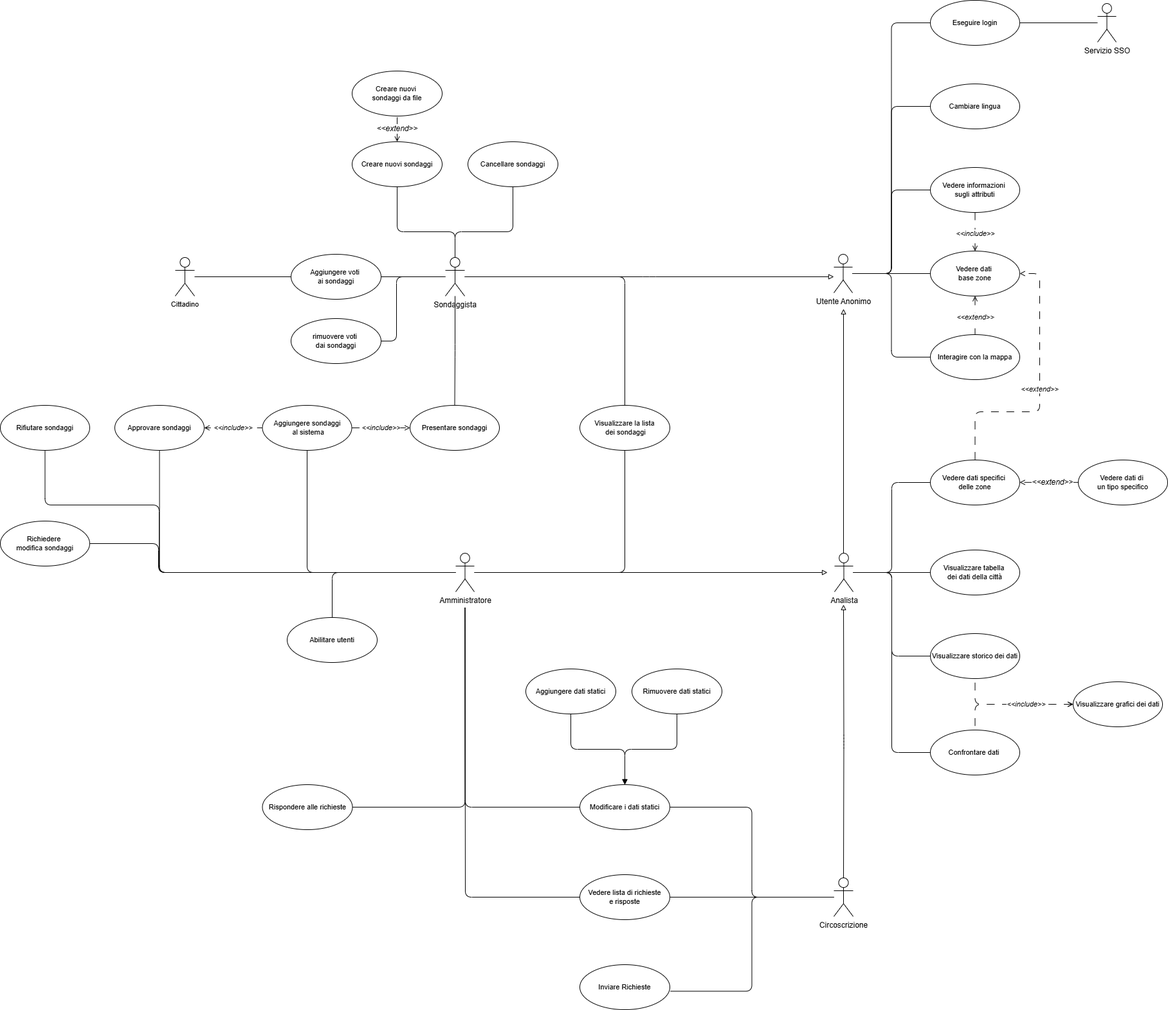
This is deliverable/images/UseCase_diagrams/UseCase_full.drawio.png from lucafano04/progettoIngenieriaSoftware, a draw.io export, as it was before one commit. Source tidied: cells renumbered, new cells last; positions are measured from the earlier drawing's top-left corner, leaving out a move shared by most shapes.
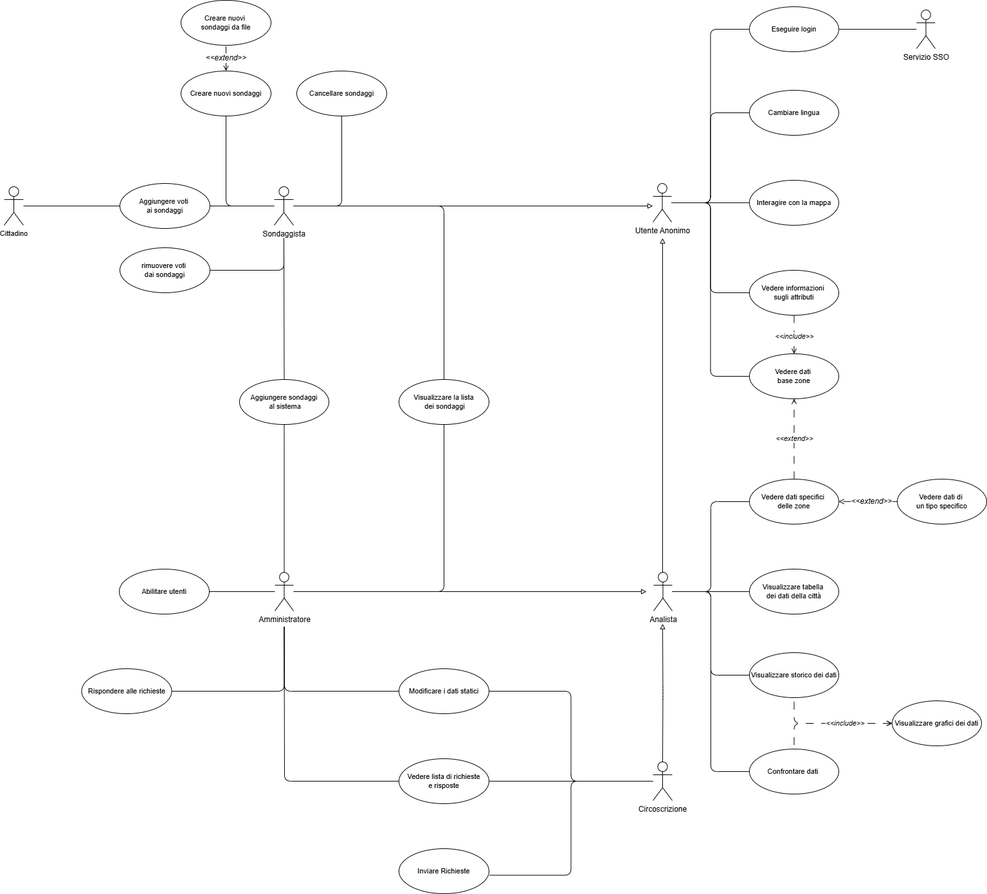
The same file after the commit.

Commit message:
update use case images

Diff of the diagram source:
```diff
@@ -15,3 +15,3 @@
       <mxGeometry relative="1" as="geometry">
-        <mxPoint x="1311" y="480" as="targetPoint" />
+        <mxPoint x="1311" y="340" as="targetPoint" />
       </mxGeometry>
@@ -27,5 +27,2 @@
     </mxCell>
-    <mxCell id="9" style="edgeStyle=orthogonalEdgeStyle;shape=connector;curved=0;rounded=1;jettySize=auto;html=1;strokeColor=default;align=center;verticalAlign=middle;fontFamily=Helvetica;fontSize=11;fontColor=default;labelBackgroundColor=default;endArrow=none;endFill=0;" parent="1" edge="1" source="14" target="28">
-      <mxGeometry relative="1" as="geometry" />
-    </mxCell>
     <mxCell id="10" style="edgeStyle=orthogonalEdgeStyle;shape=connector;curved=0;rounded=1;jettySize=auto;html=1;strokeColor=default;align=center;verticalAlign=middle;fontFamily=Helvetica;fontSize=11;fontColor=default;labelBackgroundColor=default;endArrow=none;endFill=0;" parent="1" edge="1" source="14" target="34">
@@ -33,4 +30,3 @@
         <Array as="points">
-          <mxPoint x="707" y="360" />
-          <mxPoint x="617" y="360" />
+          <mxPoint x="632" y="290" />
         </Array>
@@ -41,4 +37,3 @@
         <Array as="points">
-          <mxPoint x="707" y="360" />
-          <mxPoint x="797" y="360" />
+          <mxPoint x="812" y="290" />
         </Array>
@@ -49,7 +44,7 @@
     </mxCell>
-    <mxCell id="13" style="edgeStyle=orthogonalEdgeStyle;shape=connector;curved=0;rounded=1;jettySize=auto;html=1;entryX=1;entryY=0.5;entryDx=0;entryDy=0;strokeColor=default;align=center;verticalAlign=middle;fontFamily=Helvetica;fontSize=11;fontColor=default;labelBackgroundColor=default;endArrow=none;endFill=0;" parent="1" edge="1" source="14" target="50">
+    <mxCell id="13" style="edgeStyle=orthogonalEdgeStyle;shape=connector;curved=0;rounded=1;jettySize=auto;html=1;entryX=1;entryY=0.5;entryDx=0;entryDy=0;strokeColor=default;align=center;verticalAlign=middle;fontFamily=Helvetica;fontSize=11;fontColor=default;labelBackgroundColor=default;endArrow=none;endFill=0;" parent="1" edge="1" target="50">
       <mxGeometry relative="1" as="geometry">
+        <mxPoint x="722" y="340" as="sourcePoint" />
         <Array as="points">
-          <mxPoint x="616" y="430" />
-          <mxPoint x="616" y="530" />
+          <mxPoint x="722" y="390" />
         </Array>
@@ -58,3 +53,3 @@
     <mxCell id="14" value="Sondaggista" style="shape=umlActor;verticalLabelPosition=bottom;verticalAlign=top;html=1;outlineConnect=0;" parent="1" vertex="1">
-      <mxGeometry x="692" y="400" width="30" height="60" as="geometry" />
+      <mxGeometry x="707" y="260" width="30" height="60" as="geometry" />
     </mxCell>
@@ -71,24 +66,2 @@
     </mxCell>
-    <mxCell id="18" style="edgeStyle=orthogonalEdgeStyle;shape=connector;curved=0;rounded=1;jettySize=auto;html=1;strokeColor=default;align=center;verticalAlign=middle;fontFamily=Helvetica;fontSize=11;fontColor=default;labelBackgroundColor=default;endArrow=none;endFill=0;" parent="1" edge="1" source="22" target="37">
-      <mxGeometry relative="1" as="geometry" />
-    </mxCell>
-    <mxCell id="19" style="edgeStyle=orthogonalEdgeStyle;shape=connector;curved=0;rounded=1;jettySize=auto;html=1;entryX=0.5;entryY=1;entryDx=0;entryDy=0;strokeColor=default;align=center;verticalAlign=middle;fontFamily=Helvetica;fontSize=11;fontColor=default;labelBackgroundColor=default;endArrow=none;endFill=0;" parent="1" edge="1" target="64">
-      <mxGeometry relative="1" as="geometry">
-        <mxPoint x="706" y="890" as="sourcePoint" />
-        <Array as="points">
-          <mxPoint x="247" y="890" />
-          <mxPoint x="247" y="785" />
-          <mxPoint x="70" y="785" />
-        </Array>
-      </mxGeometry>
-    </mxCell>
-    <mxCell id="20" style="edgeStyle=orthogonalEdgeStyle;shape=connector;curved=0;rounded=1;jettySize=auto;html=1;entryX=1;entryY=0.5;entryDx=0;entryDy=0;strokeColor=default;align=center;verticalAlign=middle;fontFamily=Helvetica;fontSize=11;fontColor=default;labelBackgroundColor=default;endArrow=none;endFill=0;" parent="1" edge="1" target="65">
-      <mxGeometry relative="1" as="geometry">
-        <mxPoint x="706" y="890" as="sourcePoint" />
-        <Array as="points">
-          <mxPoint x="246" y="890" />
-          <mxPoint x="246" y="845" />
-        </Array>
-      </mxGeometry>
-    </mxCell>
     <mxCell id="21" style="edgeStyle=orthogonalEdgeStyle;shape=connector;curved=0;rounded=1;jettySize=auto;html=1;strokeColor=default;align=center;verticalAlign=middle;fontFamily=Helvetica;fontSize=11;fontColor=default;labelBackgroundColor=default;endArrow=none;endFill=0;" parent="1" edge="1" source="22" target="66">
@@ -99,10 +72,4 @@
     </mxCell>
-    <mxCell id="23" value="&lt;font style=&quot;font-size: 11px;&quot;&gt;&amp;lt;&amp;lt;extend&amp;gt;&amp;gt;&lt;/font&gt;" style="edgeStyle=orthogonalEdgeStyle;shape=connector;curved=0;rounded=1;jettySize=auto;html=1;entryX=1;entryY=0.5;entryDx=0;entryDy=0;strokeColor=default;align=center;verticalAlign=middle;fontFamily=Helvetica;fontSize=11;fontColor=default;labelBackgroundColor=default;endArrow=open;endFill=0;fontStyle=2;dashed=1;dashPattern=12 12;" parent="1" edge="1" source="24" target="75">
-      <mxGeometry relative="1" as="geometry">
-        <Array as="points">
-          <mxPoint x="1516" y="640" />
-          <mxPoint x="1616" y="640" />
-          <mxPoint x="1616" y="425" />
-        </Array>
-      </mxGeometry>
+    <mxCell id="23" value="&lt;font style=&quot;font-size: 11px;&quot;&gt;&amp;lt;&amp;lt;extend&amp;gt;&amp;gt;&lt;/font&gt;" style="edgeStyle=orthogonalEdgeStyle;shape=connector;curved=0;rounded=1;jettySize=auto;html=1;entryX=0.5;entryY=1;entryDx=0;entryDy=0;strokeColor=default;align=center;verticalAlign=middle;fontFamily=Helvetica;fontSize=11;fontColor=default;labelBackgroundColor=default;endArrow=open;endFill=0;fontStyle=2;dashed=1;dashPattern=12 12;" parent="1" edge="1" source="24" target="75">
+      <mxGeometry relative="1" as="geometry" />
     </mxCell>
@@ -114,16 +81,15 @@
     </mxCell>
-    <mxCell id="26" value="&amp;lt;&amp;lt;include&amp;gt;&amp;gt;" style="edgeStyle=orthogonalEdgeStyle;shape=connector;curved=0;rounded=1;jettySize=auto;html=1;strokeColor=default;align=center;verticalAlign=middle;fontFamily=Helvetica;fontSize=11;fontColor=default;labelBackgroundColor=default;endArrow=open;endFill=0;dashed=1;dashPattern=12 12;fontStyle=2;" parent="1" edge="1" source="27" target="28">
-      <mxGeometry relative="1" as="geometry" />
-    </mxCell>
+    <mxCell id="82" style="edgeStyle=orthogonalEdgeStyle;rounded=1;jettySize=auto;html=1;endArrow=none;endFill=0;curved=0;" parent="1" edge="1" source="27">
+      <mxGeometry relative="1" as="geometry">
+        <mxPoint x="722" y="340" as="targetPoint" />
+      </mxGeometry>
+    </mxCell>
     <mxCell id="27" value="Aggiungere sondaggi&lt;div&gt;&amp;nbsp;al sistema&lt;/div&gt;" style="ellipse;whiteSpace=wrap;html=1;fontFamily=Helvetica;fontSize=11;fontColor=default;labelBackgroundColor=default;" parent="1" vertex="1">
-      <mxGeometry x="407.5" y="630" width="139" height="70" as="geometry" />
+      <mxGeometry x="653" y="560" width="139" height="70" as="geometry" />
     </mxCell>
-    <mxCell id="28" value="Presentare sondaggi" style="ellipse;whiteSpace=wrap;html=1;fontFamily=Helvetica;fontSize=11;fontColor=default;labelBackgroundColor=default;" parent="1" vertex="1">
-      <mxGeometry x="637" y="630" width="139" height="70" as="geometry" />
-    </mxCell>
     <mxCell id="29" value="Cancellare sondaggi" style="ellipse;whiteSpace=wrap;html=1;fontFamily=Helvetica;fontSize=11;fontColor=default;labelBackgroundColor=default;" parent="1" vertex="1">
-      <mxGeometry x="727" y="220" width="140" height="70" as="geometry" />
+      <mxGeometry x="742" y="80" width="140" height="70" as="geometry" />
     </mxCell>
     <mxCell id="30" value="Aggiungere voti&amp;nbsp;&lt;div&gt;ai sondaggi&lt;/div&gt;" style="ellipse;whiteSpace=wrap;html=1;fontFamily=Helvetica;fontSize=11;fontColor=default;labelBackgroundColor=default;" parent="1" vertex="1">
-      <mxGeometry x="452" y="395" width="140" height="70" as="geometry" />
+      <mxGeometry x="467" y="255" width="140" height="70" as="geometry" />
     </mxCell>
@@ -133,3 +99,3 @@
     <mxCell id="32" value="Cittadino" style="shape=umlActor;verticalLabelPosition=bottom;verticalAlign=top;html=1;fontFamily=Helvetica;fontSize=11;fontColor=default;labelBackgroundColor=default;" parent="1" vertex="1">
-      <mxGeometry x="272" y="400" width="30" height="60" as="geometry" />
+      <mxGeometry x="287" y="260" width="30" height="60" as="geometry" />
     </mxCell>
@@ -139,13 +105,7 @@
     <mxCell id="34" value="Creare nuovi sondaggi" style="ellipse;whiteSpace=wrap;html=1;fontFamily=Helvetica;fontSize=11;fontColor=default;labelBackgroundColor=default;" parent="1" vertex="1">
-      <mxGeometry x="547" y="220" width="140" height="70" as="geometry" />
+      <mxGeometry x="562" y="80" width="140" height="70" as="geometry" />
     </mxCell>
     <mxCell id="35" value="Visualizzare la lista&lt;div&gt;&amp;nbsp;dei sondaggi&lt;/div&gt;" style="ellipse;whiteSpace=wrap;html=1;fontFamily=Helvetica;fontSize=11;fontColor=default;labelBackgroundColor=default;" parent="1" vertex="1">
-      <mxGeometry x="901" y="630" width="140" height="70" as="geometry" />
+      <mxGeometry x="901" y="560" width="140" height="70" as="geometry" />
     </mxCell>
-    <mxCell id="36" value="&amp;lt;&amp;lt;include&amp;gt;&amp;gt;" style="edgeStyle=orthogonalEdgeStyle;shape=connector;curved=0;rounded=1;jettySize=auto;html=1;strokeColor=default;align=center;verticalAlign=middle;fontFamily=Helvetica;fontSize=11;fontColor=default;labelBackgroundColor=default;endArrow=none;endFill=0;dashed=1;dashPattern=8 8;startArrow=open;startFill=0;fontStyle=2;" parent="1" edge="1" source="37" target="27">
-      <mxGeometry relative="1" as="geometry" />
-    </mxCell>
-    <mxCell id="37" value="Approvare sondaggi" style="ellipse;whiteSpace=wrap;html=1;fontFamily=Helvetica;fontSize=11;fontColor=default;labelBackgroundColor=default;" parent="1" vertex="1">
-      <mxGeometry x="178" y="630" width="139" height="70" as="geometry" />
-    </mxCell>
     <mxCell id="38" style="edgeStyle=orthogonalEdgeStyle;shape=connector;curved=0;rounded=1;jettySize=auto;html=1;strokeColor=default;align=center;verticalAlign=middle;fontFamily=Helvetica;fontSize=11;fontColor=default;labelBackgroundColor=default;endArrow=none;endFill=0;exitX=0;exitY=0.5;exitDx=0;exitDy=0;" parent="1" edge="1" source="39">
@@ -156,3 +116,3 @@
     <mxCell id="39" value="Modificare i dati statici" style="ellipse;whiteSpace=wrap;html=1;fontFamily=Helvetica;fontSize=11;fontColor=default;labelBackgroundColor=default;" parent="1" vertex="1">
-      <mxGeometry x="901" y="1220" width="140" height="70" as="geometry" />
+      <mxGeometry x="901" y="1010" width="140" height="70" as="geometry" />
     </mxCell>
@@ -164,6 +124,6 @@
     <mxCell id="41" value="Vedere lista di richieste&lt;div&gt;e risposte&lt;/div&gt;" style="ellipse;whiteSpace=wrap;html=1;fontFamily=Helvetica;fontSize=11;fontColor=default;labelBackgroundColor=default;" parent="1" vertex="1">
-      <mxGeometry x="901" y="1360" width="140" height="70" as="geometry" />
+      <mxGeometry x="901" y="1150" width="140" height="70" as="geometry" />
     </mxCell>
     <mxCell id="42" value="Inviare Richieste" style="ellipse;whiteSpace=wrap;html=1;fontFamily=Helvetica;fontSize=11;fontColor=default;labelBackgroundColor=default;" parent="1" vertex="1">
-      <mxGeometry x="901" y="1500" width="140" height="70" as="geometry" />
+      <mxGeometry x="901" y="1290" width="140" height="70" as="geometry" />
     </mxCell>
@@ -173,3 +133,3 @@
         <Array as="points">
-          <mxPoint x="723" y="1255" />
+          <mxPoint x="722" y="1045" />
         </Array>
@@ -178,3 +138,3 @@
     <mxCell id="44" value="Rispondere alle richieste" style="ellipse;whiteSpace=wrap;html=1;fontFamily=Helvetica;fontSize=11;fontColor=default;labelBackgroundColor=default;" parent="1" vertex="1">
-      <mxGeometry x="407.5" y="1220" width="140" height="70" as="geometry" />
+      <mxGeometry x="407.5" y="1010" width="140" height="70" as="geometry" />
     </mxCell>
@@ -193,19 +153,7 @@
     <mxCell id="49" value="Creare nuovi&amp;nbsp;&lt;div&gt;sondaggi da file&lt;/div&gt;" style="ellipse;whiteSpace=wrap;html=1;fontFamily=Helvetica;fontSize=11;fontColor=default;labelBackgroundColor=default;" parent="1" vertex="1">
-      <mxGeometry x="547" y="110" width="140" height="70" as="geometry" />
+      <mxGeometry x="562" y="-30" width="140" height="70" as="geometry" />
     </mxCell>
     <mxCell id="50" value="rimuovere voti&amp;nbsp;&lt;div&gt;dai sondaggi&lt;/div&gt;" style="ellipse;whiteSpace=wrap;html=1;fontFamily=Helvetica;fontSize=11;fontColor=default;labelBackgroundColor=default;" parent="1" vertex="1">
-      <mxGeometry x="452" y="495" width="140" height="70" as="geometry" />
+      <mxGeometry x="467" y="355" width="140" height="70" as="geometry" />
     </mxCell>
-    <mxCell id="51" style="edgeStyle=orthogonalEdgeStyle;rounded=1;jettySize=auto;html=1;endArrow=block;endFill=1;curved=0;" parent="1" edge="1" source="52" target="39">
-      <mxGeometry relative="1" as="geometry" />
-    </mxCell>
-    <mxCell id="52" value="Aggiungere dati statici" style="ellipse;whiteSpace=wrap;html=1;fontFamily=Helvetica;fontSize=11;fontColor=default;labelBackgroundColor=default;" parent="1" vertex="1">
-      <mxGeometry x="817" y="1040" width="140" height="70" as="geometry" />
-    </mxCell>
-    <mxCell id="53" style="edgeStyle=orthogonalEdgeStyle;rounded=1;jettySize=auto;html=1;curved=0;endArrow=block;endFill=1;" parent="1" edge="1" source="54" target="39">
-      <mxGeometry relative="1" as="geometry" />
-    </mxCell>
-    <mxCell id="54" value="Rimuovere dati statici" style="ellipse;whiteSpace=wrap;html=1;fontFamily=Helvetica;fontSize=11;fontColor=default;labelBackgroundColor=default;" parent="1" vertex="1">
-      <mxGeometry x="982" y="1040" width="140" height="70" as="geometry" />
-    </mxCell>
     <mxCell id="55" value="Vedere dati di&amp;nbsp;&lt;div&gt;un tipo specifico&lt;/div&gt;" style="ellipse;whiteSpace=wrap;html=1;fontFamily=Helvetica;fontSize=11;fontColor=default;labelBackgroundColor=default;" parent="1" vertex="1">
@@ -229,3 +177,3 @@
     <mxCell id="60" value="Circoscrizione" style="shape=umlActor;verticalLabelPosition=bottom;verticalAlign=top;html=1;outlineConnect=0;" parent="1" vertex="1">
-      <mxGeometry x="1296" y="1365" width="30" height="60" as="geometry" />
+      <mxGeometry x="1296" y="1155" width="30" height="60" as="geometry" />
     </mxCell>
@@ -236,3 +184,3 @@
       <mxGeometry relative="1" as="geometry">
-        <mxPoint x="1296" y="430" as="targetPoint" />
+        <mxPoint x="1296" y="290" as="targetPoint" />
       </mxGeometry>
@@ -244,10 +192,4 @@
     </mxCell>
-    <mxCell id="64" value="Rifiutare sondaggi" style="ellipse;whiteSpace=wrap;html=1;fontFamily=Helvetica;fontSize=11;fontColor=default;labelBackgroundColor=default;" parent="1" vertex="1">
-      <mxGeometry y="630" width="139" height="70" as="geometry" />
-    </mxCell>
-    <mxCell id="65" value="Richiedere&amp;nbsp;&lt;div&gt;modifica sondaggi&lt;/div&gt;" style="ellipse;whiteSpace=wrap;html=1;fontFamily=Helvetica;fontSize=11;fontColor=default;labelBackgroundColor=default;" parent="1" vertex="1">
-      <mxGeometry y="810" width="139" height="70" as="geometry" />
-    </mxCell>
     <mxCell id="66" value="Abilitare utenti" style="ellipse;whiteSpace=wrap;html=1;fontFamily=Helvetica;fontSize=11;fontColor=default;labelBackgroundColor=default;" parent="1" vertex="1">
-      <mxGeometry x="446" y="960" width="140" height="70" as="geometry" />
+      <mxGeometry x="466" y="855" width="140" height="70" as="geometry" />
     </mxCell>
@@ -269,18 +211,15 @@
     <mxCell id="72" value="Utente Anonimo" style="shape=umlActor;verticalLabelPosition=bottom;verticalAlign=top;html=1;outlineConnect=0;" parent="1" vertex="1">
-      <mxGeometry x="1296" y="395" width="29" height="60" as="geometry" />
+      <mxGeometry x="1296" y="255" width="29" height="60" as="geometry" />
     </mxCell>
     <mxCell id="73" value="Cambiare lingua" style="ellipse;whiteSpace=wrap;html=1;fontFamily=Helvetica;fontSize=11;fontColor=default;labelBackgroundColor=default;" parent="1" vertex="1">
-      <mxGeometry x="1446" y="130" width="139" height="70" as="geometry" />
+      <mxGeometry x="1446" y="110" width="139" height="70" as="geometry" />
     </mxCell>
-    <mxCell id="74" value="&lt;i style=&quot;&quot;&gt;&amp;lt;&amp;lt;extend&amp;gt;&amp;gt;&lt;/i&gt;" style="edgeStyle=orthogonalEdgeStyle;shape=connector;curved=0;rounded=1;jettySize=auto;html=1;strokeColor=default;align=center;verticalAlign=middle;fontFamily=Helvetica;fontSize=11;fontColor=default;labelBackgroundColor=default;endArrow=none;endFill=0;startArrow=open;startFill=0;dashed=1;dashPattern=12 12;" parent="1" edge="1" source="75" target="77">
-      <mxGeometry x="0.08" relative="1" as="geometry" />
-    </mxCell>
     <mxCell id="75" value="Vedere dati&amp;nbsp;&lt;div&gt;base zone&lt;/div&gt;" style="ellipse;whiteSpace=wrap;html=1;fontFamily=Helvetica;fontSize=11;fontColor=default;labelBackgroundColor=default;" parent="1" vertex="1">
-      <mxGeometry x="1446" y="390" width="139" height="70" as="geometry" />
+      <mxGeometry x="1446" y="520" width="139" height="70" as="geometry" />
     </mxCell>
     <mxCell id="76" value="Eseguire login" style="ellipse;whiteSpace=wrap;html=1;fontFamily=Helvetica;fontSize=11;fontColor=default;labelBackgroundColor=default;" parent="1" vertex="1">
-      <mxGeometry x="1446" width="139" height="70" as="geometry" />
+      <mxGeometry x="1446" y="-20" width="139" height="70" as="geometry" />
     </mxCell>
     <mxCell id="77" value="Interagire con la mappa" style="ellipse;whiteSpace=wrap;html=1;fontFamily=Helvetica;fontSize=11;fontColor=default;labelBackgroundColor=default;" parent="1" vertex="1">
-      <mxGeometry x="1446" y="520" width="139" height="70" as="geometry" />
+      <mxGeometry x="1446" y="250" width="139" height="70" as="geometry" />
     </mxCell>
@@ -290,6 +229,6 @@
     <mxCell id="79" value="Servizio SSO" style="shape=umlActor;verticalLabelPosition=bottom;verticalAlign=top;html=1;" parent="1" vertex="1">
-      <mxGeometry x="1706" y="5" width="29" height="60" as="geometry" />
+      <mxGeometry x="1706" y="-15" width="29" height="60" as="geometry" />
     </mxCell>
     <mxCell id="80" value="Vedere informazioni&amp;nbsp;&lt;div&gt;sugli attributi&lt;/div&gt;" style="ellipse;whiteSpace=wrap;html=1;fontFamily=Helvetica;fontSize=11;fontColor=default;labelBackgroundColor=default;" parent="1" vertex="1">
-      <mxGeometry x="1446" y="260" width="139" height="70" as="geometry" />
+      <mxGeometry x="1446" y="390" width="139" height="70" as="geometry" />
     </mxCell>
```
